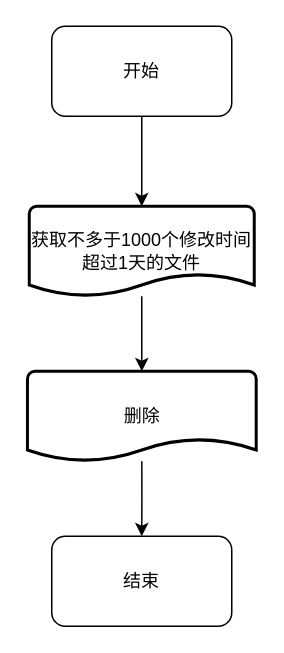
crazyCodeLove/draw keeps this draw.io diagram as sse/project/file-convert/清理Redis key处理流程.drawio. Above is the earlier version. Source tidied: cells renumbered, new cells numbered last; positions are measured from the earlier drawing's top-left corner, leaving out a move shared by most shapes. Both pictures are drawn from the tidied source at 150%, with x=0, y=0 at pixel (27, 26).
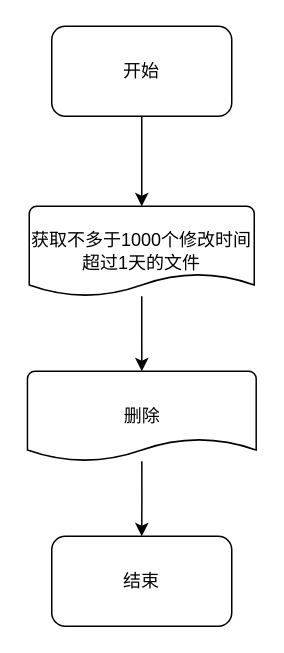
The same page after the edit.

Commit message (it also covers changes not shown here):
Update 清理Redis key处理流程.drawio

Change to the diagram source:
```diff
@@
 <mxGraphModel>
   <root>
     <mxCell id="0" />
     <mxCell id="1" parent="0" />
     <mxCell id="2" style="edgeStyle=orthogonalEdgeStyle;rounded=0;jettySize=auto;html=1;entryX=0.5;entryY=0;entryDx=0;entryDy=0;" parent="1" edge="1" source="3" target="5">
       <mxGeometry relative="1" as="geometry" />
     </mxCell>
     <mxCell id="3" value="开始" style="rounded=1;whiteSpace=wrap;html=1;" parent="1" vertex="1">
       <mxGeometry x="16" width="120" height="60" as="geometry" />
     </mxCell>
     <mxCell id="4" style="edgeStyle=orthogonalEdgeStyle;rounded=0;jettySize=auto;html=1;exitX=0.5;exitY=1;exitDx=0;exitDy=0;entryX=0.5;entryY=0;entryDx=0;entryDy=0;" parent="1" edge="1" source="5" target="7">
       <mxGeometry relative="1" as="geometry" />
     </mxCell>
-    <mxCell id="5" value="获取不多于1000个修改时间超过1天的文件" style="strokeWidth=2;html=1;shape=mxgraph.flowchart.document2;whiteSpace=wrap;size=0.25;" parent="1" vertex="1">
+    <mxCell id="5" value="获取不多于1000个修改时间超过1天的文件" style="strokeWidth=1;html=1;shape=mxgraph.flowchart.document2;whiteSpace=wrap;size=0.25;" parent="1" vertex="1">
       <mxGeometry x="1" y="120" width="150" height="60" as="geometry" />
     </mxCell>
     <mxCell id="6" style="edgeStyle=orthogonalEdgeStyle;rounded=0;jettySize=auto;html=1;exitX=0.5;exitY=1;exitDx=0;exitDy=0;entryX=0.5;entryY=0;entryDx=0;entryDy=0;" parent="1" edge="1" source="7" target="8">
       <mxGeometry relative="1" as="geometry" />
     </mxCell>
-    <mxCell id="7" value="删除" style="strokeWidth=2;html=1;shape=mxgraph.flowchart.document2;whiteSpace=wrap;size=0.25;" parent="1" vertex="1">
+    <mxCell id="7" value="删除" style="strokeWidth=1;html=1;shape=mxgraph.flowchart.document2;whiteSpace=wrap;size=0.25;" parent="1" vertex="1">
       <mxGeometry x="-0.2" y="230" width="152.5" height="60" as="geometry" />
     </mxCell>
     <mxCell id="8" value="结束" style="rounded=1;whiteSpace=wrap;html=1;" parent="1" vertex="1">
       <mxGeometry x="16" y="340" width="120" height="60" as="geometry" />
     </mxCell>
   </root>
 </mxGraphModel>
```
